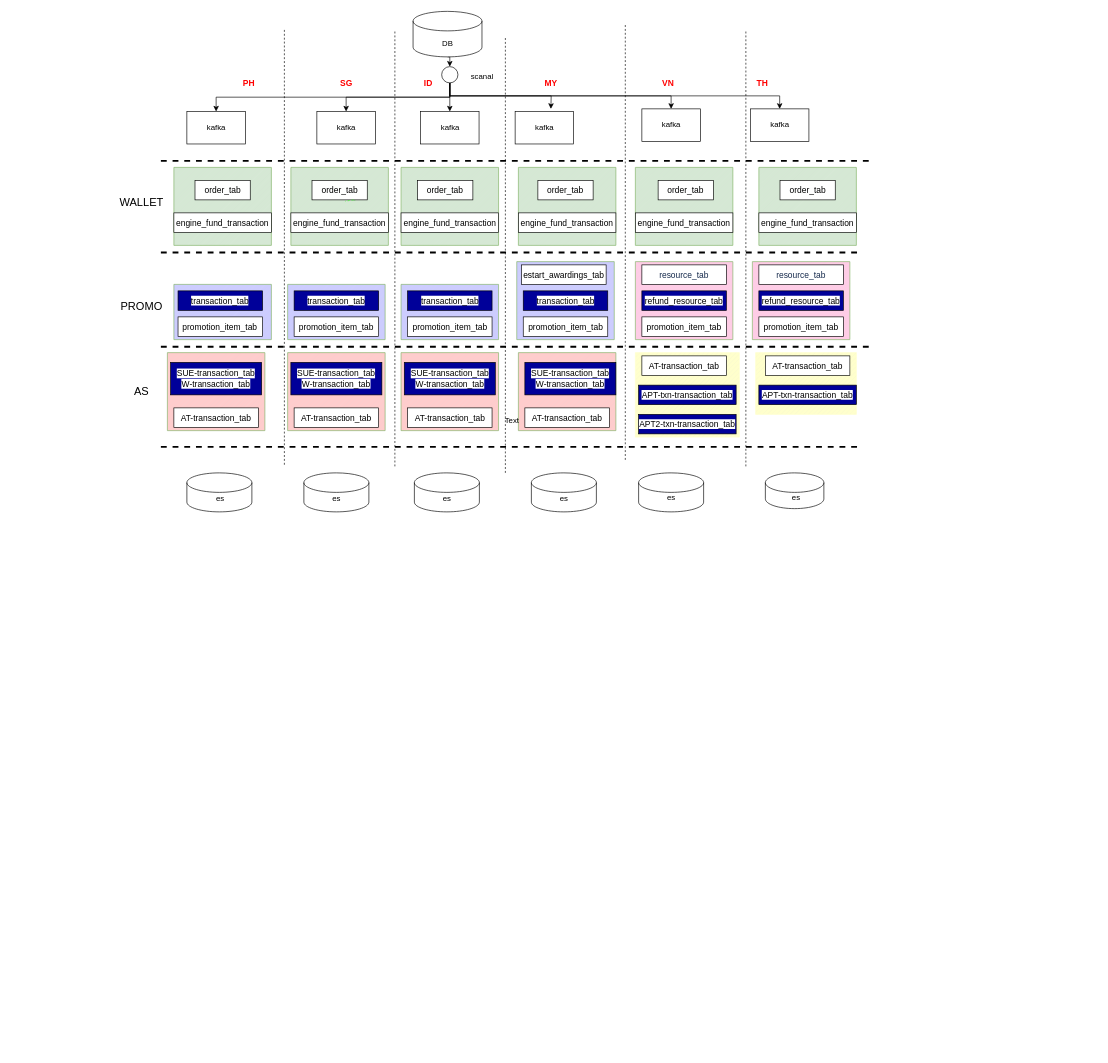
LadyTao/learn keeps this draw.io diagram as Untitled Diagram.drawio. Above is the earlier version. Source tidied: cells renumbered, new cells numbered last; positions are measured from the earlier drawing's top-left corner, leaving out a move shared by most shapes. Both pictures are drawn from the tidied source at 65%, with x=0, y=0 at pixel (115, 11).
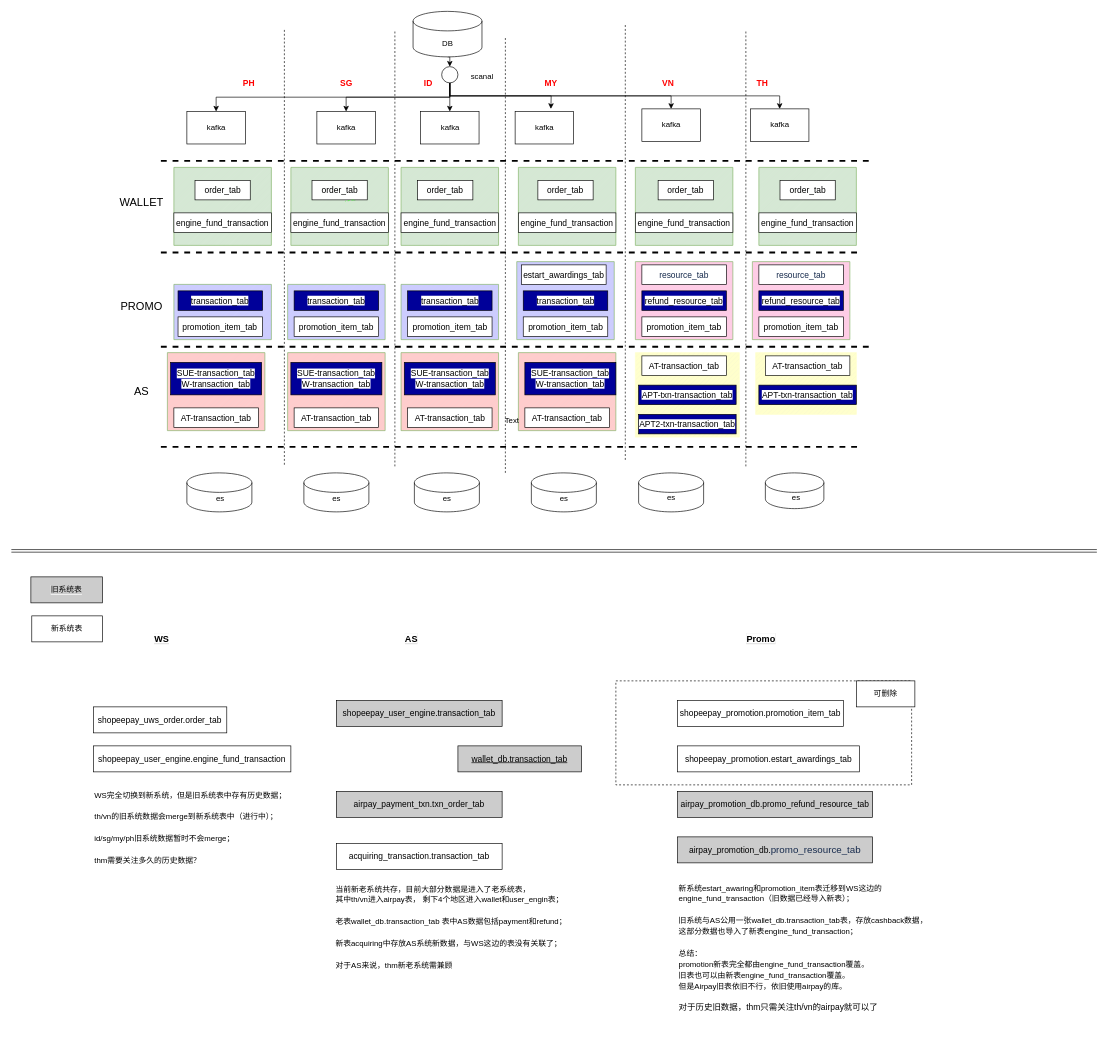
The same page after the edit.

The edit, as a diff of the source:
```diff
@@
+    <mxCell id="128" style="rounded=0;whiteSpace=wrap;html=1;labelBackgroundColor=#FFFFFF;fontSize=12;fontColor=#000000;strokeColor=#000000;fillColor=#FFFFFF;dashed=1;" parent="1" vertex="1">
+      <mxGeometry x="770" y="1030" width="455" height="160" as="geometry" />
+    </mxCell>
@@
+    <mxCell id="129" value="&lt;span style=&quot;font-family: Arial; font-size: 13px; text-align: left; background-color: rgb(255, 255, 255);&quot;&gt;shopeepay_user_engine&lt;/span&gt;&lt;span style=&quot;font-family: Arial; font-size: 13px; text-align: left; background-color: rgb(255, 255, 255);&quot;&gt;.&lt;/span&gt;&lt;span style=&quot;font-family: Arial; font-size: 13px; text-align: left; background-color: rgb(255, 255, 255);&quot;&gt;engine_fund_transaction&lt;/span&gt;" style="rounded=0;whiteSpace=wrap;html=1;" parent="1" vertex="1">
+      <mxGeometry x="-33.6" y="1130" width="303.6" height="40" as="geometry" />
+    </mxCell>
+    <mxCell id="130" value="&lt;span style=&quot;font-family: Arial; font-size: 13px; text-align: left; background-color: rgb(255, 255, 255);&quot;&gt;shopeepay_uws_order.&lt;/span&gt;&lt;span style=&quot;font-family: Arial; font-size: 13px; text-align: left; background-color: rgb(255, 255, 255);&quot;&gt;order_tab&lt;/span&gt;" style="rounded=0;whiteSpace=wrap;html=1;" parent="1" vertex="1">
+      <mxGeometry x="-33.6" y="1070" width="205" height="40" as="geometry" />
+    </mxCell>
+    <mxCell id="131" value="&lt;span style=&quot;background-color: rgb(204, 204, 204);&quot;&gt;&lt;span style=&quot;font-family: Arial; font-size: 13px; text-align: left;&quot;&gt;shopeepay_user_engine&lt;/span&gt;&lt;span style=&quot;font-family: Arial; font-size: 13px; text-align: left;&quot;&gt;.&lt;/span&gt;&lt;span style=&quot;font-family: Arial; font-size: 13px; text-align: left;&quot;&gt;transaction_tab&lt;/span&gt;&lt;/span&gt;" style="rounded=0;whiteSpace=wrap;html=1;strokeColor=#000000;fillColor=#CCCCCC;" parent="1" vertex="1">
+      <mxGeometry x="340" y="1060" width="255" height="40" as="geometry" />
+    </mxCell>
+    <mxCell id="132" value="&lt;span style=&quot;background-color: rgb(204, 204, 204);&quot;&gt;&lt;u&gt;&lt;span style=&quot;font-family: Arial; font-size: 13px; text-align: left;&quot;&gt;wallet_db&lt;/span&gt;&lt;span style=&quot;font-family: Arial; font-size: 13px; text-align: left;&quot;&gt;.&lt;/span&gt;&lt;span style=&quot;font-family: Arial; font-size: 13px; text-align: left;&quot;&gt;transaction_tab&lt;/span&gt;&lt;/u&gt;&lt;/span&gt;" style="rounded=0;whiteSpace=wrap;html=1;fillColor=#CCCCCC;" parent="1" vertex="1">
+      <mxGeometry x="527" y="1130" width="190" height="40" as="geometry" />
+    </mxCell>
+    <mxCell id="133" value="&lt;span style=&quot;font-family: Arial; font-size: 13px; text-align: left; background-color: rgb(255, 255, 255);&quot;&gt;acquiring_transaction&lt;/span&gt;&lt;span style=&quot;font-family: Arial; font-size: 13px; text-align: left; background-color: rgb(255, 255, 255);&quot;&gt;.&lt;/span&gt;&lt;span style=&quot;font-family: Arial; font-size: 13px; text-align: left; background-color: rgb(255, 255, 255);&quot;&gt;transaction_tab&lt;/span&gt;" style="rounded=0;whiteSpace=wrap;html=1;" parent="1" vertex="1">
+      <mxGeometry x="340" y="1280" width="255" height="40" as="geometry" />
+    </mxCell>
+    <mxCell id="134" value="&lt;span style=&quot;background-color: rgb(204, 204, 204);&quot;&gt;&lt;span style=&quot;font-family: Arial; font-size: 13px; text-align: left;&quot;&gt;airpay_payment_txn&lt;/span&gt;&lt;span style=&quot;font-family: Arial; font-size: 13px; text-align: left;&quot;&gt;.&lt;/span&gt;&lt;span style=&quot;font-family: Arial; font-size: 13px; text-align: left;&quot;&gt;txn_order_tab&lt;/span&gt;&lt;/span&gt;" style="rounded=0;whiteSpace=wrap;html=1;fillColor=#CCCCCC;" parent="1" vertex="1">
+      <mxGeometry x="340" y="1200" width="255" height="40" as="geometry" />
+    </mxCell>
+    <mxCell id="135" value="&lt;span style=&quot;font-family: Arial; font-size: 13px; text-align: left; background-color: rgb(255, 255, 255);&quot;&gt;shopeepay_promotion&lt;/span&gt;&lt;span style=&quot;font-family: Arial; font-size: 13px; text-align: left; background-color: rgb(255, 255, 255);&quot;&gt;.&lt;/span&gt;&lt;span style=&quot;font-family: Arial; font-size: 13px; text-align: left; background-color: rgb(255, 255, 255);&quot;&gt;promotion_item_tab&lt;/span&gt;" style="rounded=0;whiteSpace=wrap;html=1;" parent="1" vertex="1">
+      <mxGeometry x="865" y="1060" width="255" height="40" as="geometry" />
+    </mxCell>
+    <mxCell id="136" value="&lt;span style=&quot;font-family: Arial; font-size: 13px; text-align: left; background-color: rgb(255, 255, 255);&quot;&gt;shopeepay_promotion&lt;/span&gt;&lt;span style=&quot;font-family: Arial; font-size: 13px; text-align: left; background-color: rgb(255, 255, 255);&quot;&gt;.&lt;/span&gt;&lt;span style=&quot;font-family: Arial; font-size: 13px; text-align: left; background-color: rgb(255, 255, 255);&quot;&gt;estart_awardings_tab&lt;/span&gt;" style="rounded=0;whiteSpace=wrap;html=1;" parent="1" vertex="1">
+      <mxGeometry x="865" y="1130" width="280" height="40" as="geometry" />
+    </mxCell>
+    <mxCell id="137" value="&lt;span style=&quot;background-color: rgb(204, 204, 204);&quot;&gt;&lt;span style=&quot;font-family: Arial; font-size: 13px; text-align: left;&quot;&gt;airpay_promotion_db&lt;/span&gt;&lt;span style=&quot;font-family: Arial; font-size: 13px; text-align: left;&quot;&gt;.&lt;/span&gt;&lt;span style=&quot;font-family: Arial; font-size: 13px; text-align: left;&quot;&gt;promo_refund_resource_tab&lt;/span&gt;&lt;/span&gt;" style="rounded=0;whiteSpace=wrap;html=1;fillColor=#CCCCCC;" parent="1" vertex="1">
+      <mxGeometry x="865" y="1200" width="300" height="40" as="geometry" />
+    </mxCell>
+    <mxCell id="138" value="&lt;span style=&quot;background-color: rgb(204, 204, 204);&quot;&gt;&lt;span style=&quot;font-family: Arial; font-size: 13px; text-align: left;&quot;&gt;airpay_promotion_db&lt;/span&gt;&lt;span style=&quot;font-family: Arial; font-size: 13px; text-align: left;&quot;&gt;.&lt;/span&gt;&lt;span style=&quot;color: rgb(23, 43, 77); font-family: Arial; font-size: 15px; text-align: left;&quot;&gt;promo_resource_tab&lt;/span&gt;&lt;/span&gt;" style="rounded=0;whiteSpace=wrap;html=1;fillColor=#CCCCCC;" parent="1" vertex="1">
+      <mxGeometry x="865" y="1270" width="300" height="40" as="geometry" />
+    </mxCell>
+    <mxCell id="139" value="&lt;b&gt;&lt;font style=&quot;background-color: rgb(255, 255, 255); font-size: 14px;&quot;&gt;WS&lt;/font&gt;&lt;/b&gt;" style="text;html=1;align=center;verticalAlign=middle;fillColor=none;strokeColor=none;rounded=0;labelBackgroundColor=#CCCCCC;" parent="1" vertex="1">
+      <mxGeometry x="46.4" y="950" width="50" height="30" as="geometry" />
+    </mxCell>
+    <mxCell id="140" value="&lt;b&gt;&lt;font style=&quot;background-color: rgb(255, 255, 255); font-size: 14px;&quot;&gt;AS&lt;/font&gt;&lt;/b&gt;" style="text;html=1;align=center;verticalAlign=middle;fillColor=none;strokeColor=none;rounded=0;labelBackgroundColor=#CCCCCC;" parent="1" vertex="1">
+      <mxGeometry x="435" y="950" width="40" height="30" as="geometry" />
+    </mxCell>
+    <mxCell id="141" value="&lt;b&gt;&lt;font style=&quot;background-color: rgb(255, 255, 255); font-size: 14px;&quot;&gt;Promo&lt;/font&gt;&lt;/b&gt;" style="text;html=1;align=center;verticalAlign=middle;fillColor=none;strokeColor=none;rounded=0;labelBackgroundColor=#CCCCCC;" parent="1" vertex="1">
+      <mxGeometry x="957.5" y="950" width="70" height="30" as="geometry" />
+    </mxCell>
+    <mxCell id="142" value="&lt;font style=&quot;font-size: 12px;&quot;&gt;WS完全切换到新系统，但是旧系统表中存有历史数据；&lt;br&gt;&lt;br&gt;th/vn的旧系统数据会merge到新系统表中（进行中）；&lt;br&gt;&lt;br&gt;id/sg/my/ph旧系统数据暂时不会merge；&lt;br&gt;&lt;br&gt;thm需要关注多久的历史数据？&lt;br&gt;&lt;/font&gt;" style="text;html=1;align=left;verticalAlign=middle;fillColor=none;strokeColor=none;rounded=0;labelBackgroundColor=#FFFFFF;fontSize=14;fontColor=#000000;" parent="1" vertex="1">
+      <mxGeometry x="-33.6" y="1190" width="320" height="130" as="geometry" />
+    </mxCell>
+    <mxCell id="143" value="&lt;font style=&quot;&quot;&gt;&lt;font style=&quot;font-size: 12px;&quot;&gt;当前新老系统共存，目前大部分数据是进入了老系统表，&lt;br&gt;其中th/vn进入airpay表， 剩下4个地区进入wallet和user_engin表；&lt;br&gt;&lt;br&gt;&lt;span style=&quot;font-family: Arial;&quot;&gt;老表wallet_db&lt;/span&gt;&lt;span style=&quot;font-family: Arial;&quot;&gt;.&lt;/span&gt;&lt;/font&gt;&lt;span style=&quot;font-family: Arial;&quot;&gt;&lt;font style=&quot;font-size: 12px;&quot;&gt;transaction_tab 表中AS数据包括payment和refund；&lt;br&gt;&lt;br&gt;新表acquiring中存放AS系统新数据，与WS这边的表没有关联了；&lt;br&gt;&lt;br&gt;对于AS来说，thm新老系统需兼顾&lt;br&gt;&lt;/font&gt;&lt;/span&gt;&lt;br&gt;&lt;br&gt;&lt;/font&gt;" style="text;html=1;align=left;verticalAlign=middle;fillColor=none;strokeColor=none;rounded=0;labelBackgroundColor=#FFFFFF;fontSize=14;fontColor=#000000;" parent="1" vertex="1">
+      <mxGeometry x="337" y="1335" width="380" height="180" as="geometry" />
+    </mxCell>
+    <mxCell id="144" value="&lt;font style=&quot;&quot;&gt;&lt;font style=&quot;font-size: 12px;&quot;&gt;新系统estart_awaring和promotion_item表迁移到WS这边的&lt;br&gt;&lt;span style=&quot;font-family: Arial;&quot;&gt;engine_fund_transaction（旧数据已经导入新表）；&lt;br&gt;&lt;/span&gt;&lt;span style=&quot;font-family: Arial;&quot;&gt;&lt;br&gt;旧系统与AS公用一张&lt;/span&gt;&lt;span style=&quot;font-family: Arial;&quot;&gt;wallet_db&lt;/span&gt;&lt;span style=&quot;font-family: Arial;&quot;&gt;.&lt;/span&gt;&lt;span style=&quot;font-family: Arial;&quot;&gt;transaction_tab表，存放cashback数据，&lt;br&gt;这部分数据也导入了新表&lt;/span&gt;&lt;span style=&quot;font-family: Arial;&quot;&gt;engine_fund_transaction&lt;/span&gt;&lt;span style=&quot;font-family: Arial;&quot;&gt;；&lt;br&gt;&lt;/span&gt;&lt;span style=&quot;font-family: Arial;&quot;&gt;&lt;br&gt;总结：&lt;br&gt;promotion新表完全都由&lt;/span&gt;&lt;span style=&quot;font-family: Arial;&quot;&gt;engine_fund_transaction覆盖。&lt;br&gt;旧表也可以由新表&lt;/span&gt;&lt;span style=&quot;font-family: Arial;&quot;&gt;engine_fund_transaction覆盖。&lt;/span&gt;&lt;span style=&quot;font-family: Arial;&quot;&gt;&lt;br&gt;但是Airpay旧表依旧不行，依旧使用airpay的库。&lt;br&gt;&lt;/span&gt;&lt;/font&gt;&lt;span style=&quot;font-size: 13px; font-family: Arial;&quot;&gt;&lt;br&gt;对于历史旧数据，thm只需关注th/vn的airpay就可以了&lt;br&gt;&lt;br&gt;&lt;/span&gt;&lt;br&gt;&lt;br&gt;&lt;/font&gt;" style="text;html=1;align=left;verticalAlign=middle;fillColor=none;strokeColor=none;rounded=0;labelBackgroundColor=#FFFFFF;fontSize=14;fontColor=#000000;" parent="1" vertex="1">
+      <mxGeometry x="865" y="1330" width="410" height="270" as="geometry" />
+    </mxCell>
+    <mxCell id="145" value="&lt;span style=&quot;background-color: rgb(204, 204, 204);&quot;&gt;旧系统表&lt;/span&gt;" style="rounded=0;whiteSpace=wrap;html=1;labelBackgroundColor=#FFFFFF;fontSize=12;fontColor=#000000;strokeColor=#000000;fillColor=#CCCCCC;" parent="1" vertex="1">
+      <mxGeometry x="-130" y="870" width="110" height="40" as="geometry" />
+    </mxCell>
+    <mxCell id="146" value="新系统表" style="rounded=0;whiteSpace=wrap;html=1;labelBackgroundColor=#FFFFFF;fontSize=12;fontColor=#000000;strokeColor=#000000;fillColor=#FFFFFF;" parent="1" vertex="1">
+      <mxGeometry x="-128.6" y="930" width="108.6" height="40" as="geometry" />
+    </mxCell>
+    <mxCell id="147" style="shape=link;html=1;rounded=0;fontSize=12;fontColor=#000000;" parent="1" edge="1">
+      <mxGeometry relative="1" as="geometry">
+        <mxPoint x="-160" y="830" as="sourcePoint" />
+        <mxPoint x="1510" y="830" as="targetPoint" />
+      </mxGeometry>
+    </mxCell>
+    <mxCell id="148" value="可删除" style="rounded=0;whiteSpace=wrap;html=1;labelBackgroundColor=#FFFFFF;fontSize=12;fontColor=#000000;strokeColor=#000000;fillColor=#FFFFFF;" parent="1" vertex="1">
+      <mxGeometry x="1140" y="1030" width="90" height="40" as="geometry" />
+    </mxCell>
```
